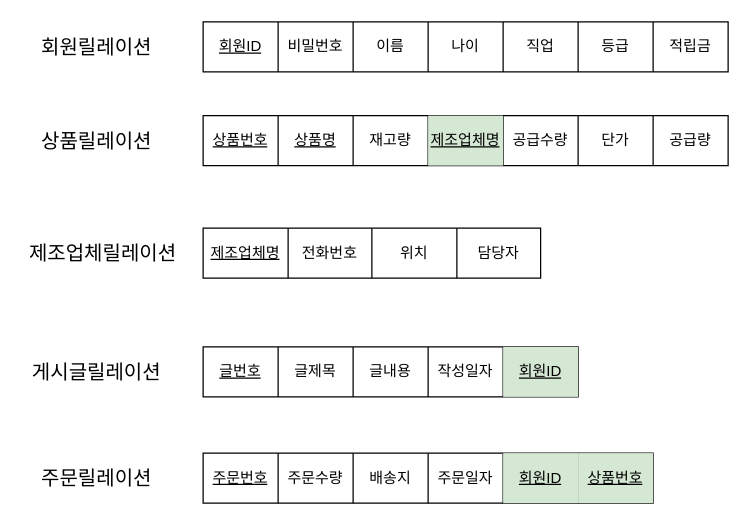
Earlier version of the draw.io diagram 3_논리적 설계_한빛마트 온라인몰.drawio (Goldstargreat/DB_2025-2). Source tidied: cells renumbered, new cells numbered last; positions are measured from the earlier drawing's top-left corner, leaving out a move shared by most shapes. Both pictures are drawn from the tidied source at 125%, with x=0, y=0 at pixel (21, 21).
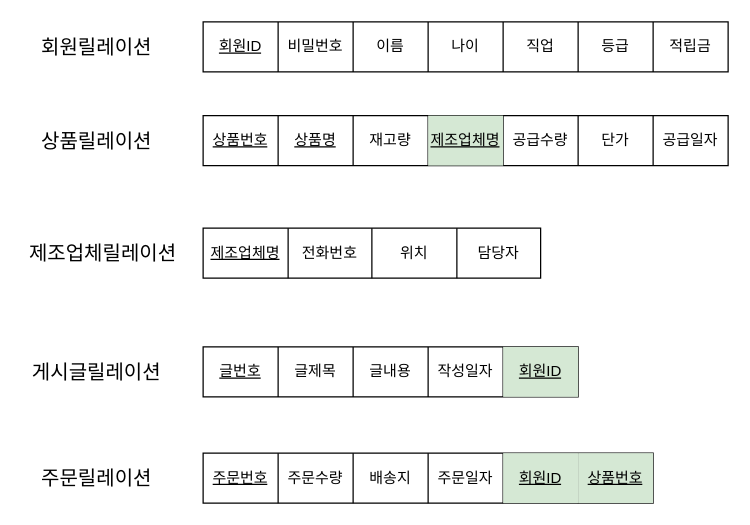
The same page after the edit.

Unchanged cells that the change refers to:
```xml
<mxCell id="38" style="shape=tableRow;horizontal=0;startSize=0;swimlaneHead=0;swimlaneBody=0;strokeColor=inherit;top=0;left=0;bottom=0;right=0;fillColor=none;" parent="37" vertex="1">
  <mxGeometry width="420" height="40" as="geometry" />
</mxCell>
```

What changed in the source:
```diff
@@
-    <mxCell id="45" value="공급량" style="shape=partialRectangle;html=1;whiteSpace=wrap;strokeColor=inherit;overflow=hidden;fillColor=none;top=0;left=0;bottom=0;right=0;" parent="38" vertex="1">
+    <mxCell id="45" value="공급일자" style="shape=partialRectangle;html=1;whiteSpace=wrap;strokeColor=inherit;overflow=hidden;fillColor=none;top=0;left=0;bottom=0;right=0;" parent="38" vertex="1">
       <mxGeometry x="360" width="60" height="40" as="geometry" />
     </mxCell>
```
